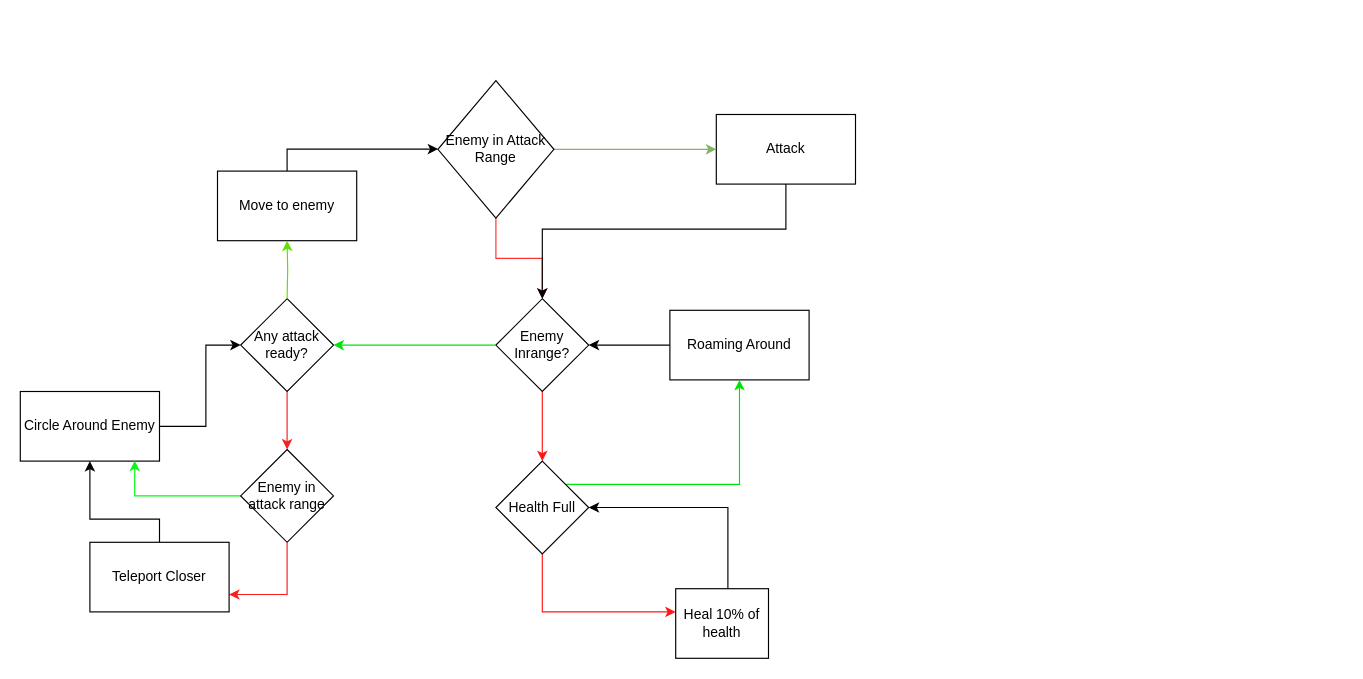
Earlier version of the draw.io diagram Diagrams/EvilWizard.drawio (MikaelHans/Git_KB_UAS). Source tidied: cells renumbered, new cells numbered last; positions are measured from the earlier drawing's top-left corner, leaving out a move shared by most shapes. Both pictures are drawn from the tidied source at 116%, with x=0, y=0 at pixel (20, 80).
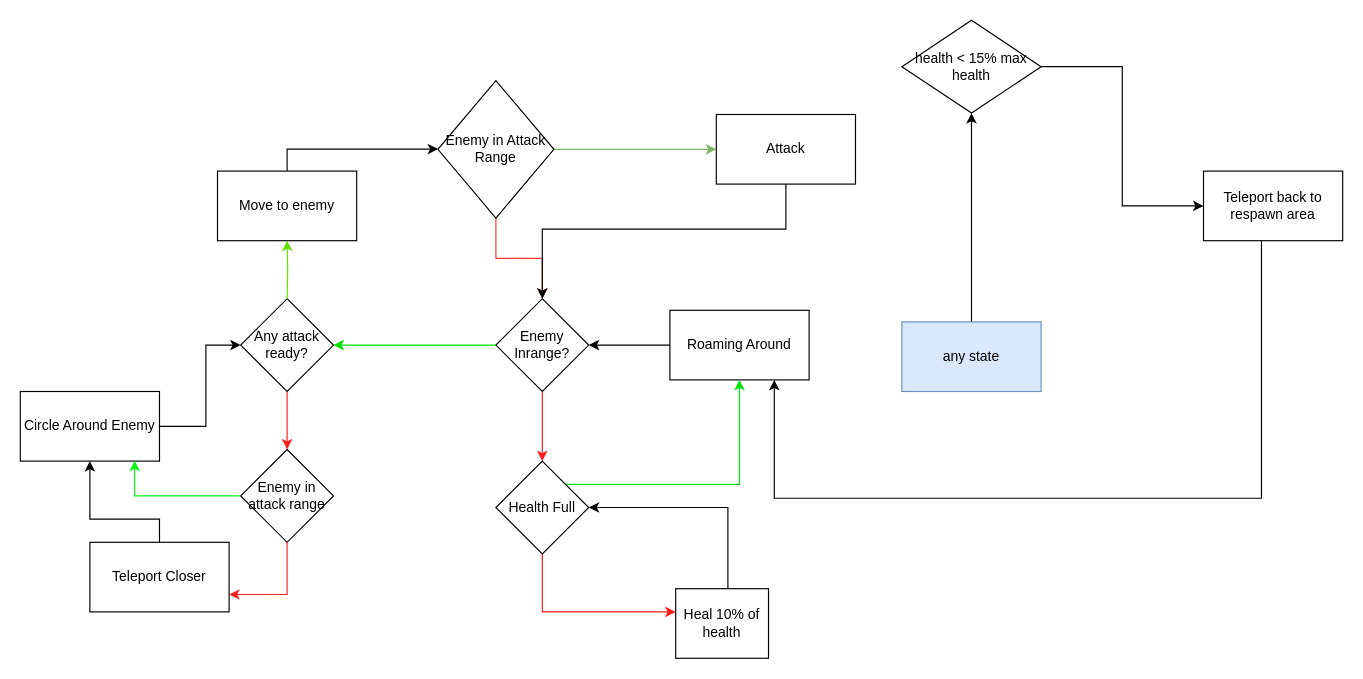
The same page after the edit.

The change refers to these unchanged cells:
```xml
<mxCell id="4" value="Roaming Around" style="rounded=0;whiteSpace=wrap;html=1;" parent="1" vertex="1">
  <mxGeometry x="560" y="198" width="120" height="60" as="geometry" />
</mxCell>
```

Change to the diagram source:
```diff
@@
+    <mxCell id="29" style="edgeStyle=orthogonalEdgeStyle;rounded=0;jettySize=auto;html=1;entryX=0.5;entryY=1;entryDx=0;entryDy=0;" parent="1" edge="1" source="30" target="34">
+      <mxGeometry relative="1" as="geometry" />
+    </mxCell>
+    <mxCell id="30" value="any state" style="rounded=0;whiteSpace=wrap;html=1;fillColor=#dae8fc;strokeColor=#6c8ebf;" parent="1" vertex="1">
+      <mxGeometry x="760" y="208" width="120" height="60" as="geometry" />
+    </mxCell>
+    <mxCell id="31" style="edgeStyle=orthogonalEdgeStyle;rounded=0;jettySize=auto;html=1;entryX=0.75;entryY=1;entryDx=0;entryDy=0;" parent="1" edge="1" source="32" target="4">
+      <mxGeometry relative="1" as="geometry">
+        <Array as="points">
+          <mxPoint x="1070" y="360" />
+          <mxPoint x="650" y="360" />
+        </Array>
+      </mxGeometry>
+    </mxCell>
+    <mxCell id="32" value="Teleport back to respawn area" style="rounded=0;whiteSpace=wrap;html=1;" parent="1" vertex="1">
+      <mxGeometry x="1020" y="78" width="120" height="60" as="geometry" />
+    </mxCell>
+    <mxCell id="33" style="edgeStyle=orthogonalEdgeStyle;rounded=0;jettySize=auto;html=1;entryX=0;entryY=0.5;entryDx=0;entryDy=0;" parent="1" edge="1" source="34" target="32">
+      <mxGeometry relative="1" as="geometry" />
+    </mxCell>
+    <mxCell id="34" value="health &amp;lt; 15% max health" style="rhombus;whiteSpace=wrap;html=1;" parent="1" vertex="1">
+      <mxGeometry x="760" y="-52" width="120" height="80" as="geometry" />
+    </mxCell>
```
